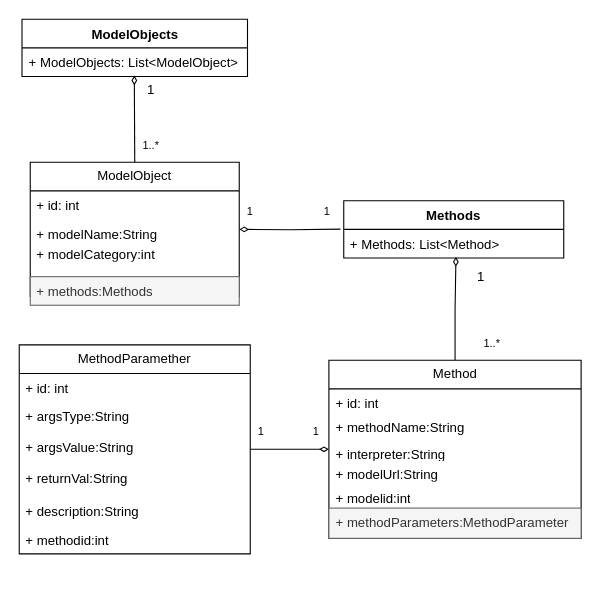
Earlier version of the draw.io diagram page "第 1 页" (1 of 2) of tree.drawio (liujing-maker/IDEA). Source tidied: cells renumbered, new cells numbered last; positions are measured from the earlier drawing's top-left corner, leaving out a move shared by most shapes. Both pictures are drawn from the tidied source at 110%, with x=0, y=0 at pixel (19, 19).
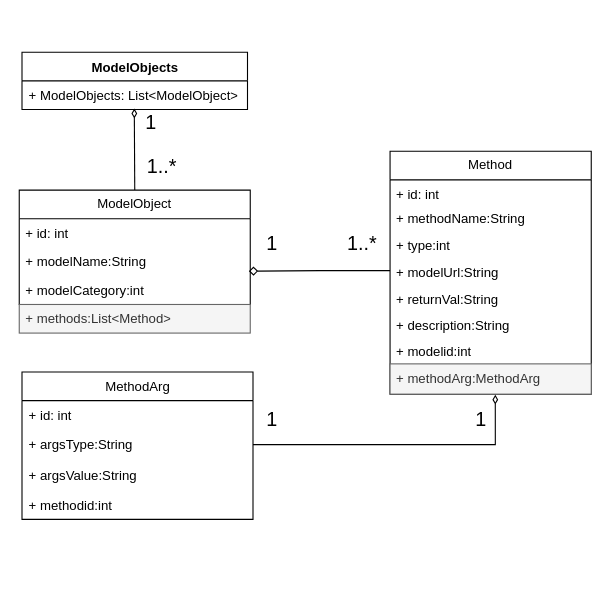
The same page after the edit.

The change refers to these unchanged cells:
```xml
<mxCell id="20" value="+ argsType:String" style="text;strokeColor=none;fillColor=none;align=left;verticalAlign=top;spacingLeft=4;spacingRight=4;overflow=hidden;points=[[0,0.5],[1,0.5]];portConstraint=eastwest;whiteSpace=wrap;html=1;" parent="18" vertex="1">
  <mxGeometry y="52" width="210" height="28" as="geometry" />
</mxCell>
```

What changed in the source:
```diff
@@
     <mxCell id="2" style="group;" parent="1" vertex="1">
-      <mxGeometry x="10" y="130" width="190" height="150" as="geometry" />
+      <mxGeometry y="155.3" width="210" height="150" as="geometry" />
     </mxCell>
     <mxCell id="3" value="ModelObject" style="swimlane;fontStyle=0;horizontal=1;startSize=26;fillColor=none;whiteSpace=wrap;html=1;" parent="2" vertex="1">
-      <mxGeometry width="190" height="122" as="geometry" />
+      <mxGeometry width="210" height="104" as="geometry" />
     </mxCell>
     <mxCell id="4" value="+ id: int" style="text;strokeColor=none;fillColor=none;align=left;verticalAlign=top;spacingLeft=4;spacingRight=4;overflow=hidden;whiteSpace=wrap;html=1;" parent="3" vertex="1">
-      <mxGeometry y="26" width="190" height="26" as="geometry" />
+      <mxGeometry y="26" width="210" height="26" as="geometry" />
     </mxCell>
     <mxCell id="5" value="+ modelName:String" style="text;strokeColor=none;fillColor=none;align=left;verticalAlign=top;spacingLeft=4;spacingRight=4;overflow=hidden;points=[[0,0.5],[1,0.5]];portConstraint=eastwest;whiteSpace=wrap;html=1;" parent="3" vertex="1">
-      <mxGeometry y="52" width="190" height="18" as="geometry" />
+      <mxGeometry y="52" width="210" height="26" as="geometry" />
     </mxCell>
     <mxCell id="6" value="+ modelCategory:int" style="text;strokeColor=none;fillColor=none;align=left;verticalAlign=top;spacingLeft=4;spacingRight=4;overflow=hidden;whiteSpace=wrap;html=1;" parent="3" vertex="1">
-      <mxGeometry y="70" width="190" height="52" as="geometry" />
+      <mxGeometry y="78" width="210" height="26" as="geometry" />
     </mxCell>
-    <mxCell id="7" value="+ methods:Methods" style="text;strokeColor=#666666;fillColor=#f5f5f5;align=left;verticalAlign=top;spacingLeft=4;spacingRight=4;overflow=hidden;whiteSpace=wrap;html=1;fontColor=#333333;" parent="2" vertex="1">
-      <mxGeometry y="104" width="190" height="26" as="geometry" />
+    <mxCell id="7" value="+ methods:List&amp;lt;Method&amp;gt;" style="text;strokeColor=#666666;fillColor=#f5f5f5;align=left;verticalAlign=top;spacingLeft=4;spacingRight=4;overflow=hidden;whiteSpace=wrap;html=1;fontColor=#333333;" parent="2" vertex="1">
+      <mxGeometry y="104" width="210" height="26" as="geometry" />
     </mxCell>
     <mxCell id="8" style="group;" parent="1" vertex="1">
-      <mxGeometry x="260" y="310" width="250.8" height="172" as="geometry" />
+      <mxGeometry x="320" y="120" width="200" height="200.7" as="geometry" />
     </mxCell>
     <mxCell id="9" value="Method" style="swimlane;fontStyle=0;horizontal=1;startSize=26;fillColor=none;whiteSpace=wrap;html=1;" parent="8" vertex="1">
-      <mxGeometry x="21.5" width="229.3" height="161.9" as="geometry" />
+      <mxGeometry x="17.1" width="182.9" height="220.8" as="geometry" />
     </mxCell>
     <mxCell id="10" value="+ id: int" style="text;strokeColor=none;fillColor=none;align=left;verticalAlign=top;spacingLeft=4;spacingRight=4;overflow=hidden;whiteSpace=wrap;html=1;" parent="9" vertex="1">
-      <mxGeometry y="26" width="229.3" height="22.4" as="geometry" />
+      <mxGeometry y="26" width="182.9" height="22.4" as="geometry" />
     </mxCell>
     <mxCell id="11" value="+ methodName:String&amp;nbsp;" style="text;strokeColor=none;fillColor=none;align=left;verticalAlign=top;spacingLeft=4;spacingRight=4;overflow=hidden;whiteSpace=wrap;html=1;" parent="9" vertex="1">
-      <mxGeometry y="48.4" width="229.3" height="24.1" as="geometry" />
+      <mxGeometry y="48.4" width="182.9" height="24.1" as="geometry" />
     </mxCell>
-    <mxCell id="12" value="+ interpreter:String" style="text;strokeColor=none;fillColor=none;align=left;verticalAlign=top;spacingLeft=4;spacingRight=4;overflow=hidden;whiteSpace=wrap;html=1;" parent="9" vertex="1">
-      <mxGeometry y="72.4" width="229.3" height="17.2" as="geometry" />
-    </mxCell>
+    <mxCell id="40" value="+ type:int" style="text;strokeColor=none;fillColor=none;align=left;verticalAlign=top;spacingLeft=4;spacingRight=4;overflow=hidden;whiteSpace=wrap;html=1;" parent="9" vertex="1">
+      <mxGeometry y="72.4" width="182.9" height="24.1" as="geometry" />
+    </mxCell>
     <mxCell id="13" value="+ modelUrl:String" style="text;strokeColor=none;fillColor=none;align=left;verticalAlign=top;spacingLeft=4;spacingRight=4;overflow=hidden;points=[[0,0.5],[1,0.5]];portConstraint=eastwest;whiteSpace=wrap;html=1;" parent="9" vertex="1">
-      <mxGeometry y="89.6" width="229.3" height="22.4" as="geometry" />
+      <mxGeometry y="96.5" width="182.9" height="24" as="geometry" />
     </mxCell>
+    <mxCell id="22" value="+&amp;nbsp;returnVal:String" style="text;strokeColor=none;fillColor=none;align=left;verticalAlign=top;spacingLeft=4;spacingRight=4;overflow=hidden;whiteSpace=wrap;html=1;" parent="9" vertex="1">
+      <mxGeometry y="120.5" width="182.9" height="24.8" as="geometry" />
+    </mxCell>
+    <mxCell id="23" value="+ description:String" style="text;strokeColor=none;fillColor=none;align=left;verticalAlign=top;spacingLeft=4;spacingRight=4;overflow=hidden;whiteSpace=wrap;html=1;" parent="9" vertex="1">
+      <mxGeometry y="145.3" width="182.9" height="24" as="geometry" />
+    </mxCell>
     <mxCell id="14" value="+ modelid:int" style="text;strokeColor=none;fillColor=none;align=left;verticalAlign=top;spacingLeft=4;spacingRight=4;overflow=hidden;whiteSpace=wrap;html=1;" parent="9" vertex="1">
-      <mxGeometry y="112" width="229.3" height="22.4" as="geometry" />
+      <mxGeometry y="169.3" width="182.9" height="24" as="geometry" />
     </mxCell>
-    <mxCell id="15" value="+ methodParameters:MethodParameter" style="text;strokeColor=#666666;fillColor=#f5f5f5;align=left;verticalAlign=top;spacingLeft=4;spacingRight=4;overflow=hidden;points=[[0,0.5],[1,0.5]];portConstraint=eastwest;whiteSpace=wrap;html=1;fontColor=#333333;" parent="9" vertex="1">
-      <mxGeometry y="134.4" width="229.3" height="27.5" as="geometry" />
+    <mxCell id="15" value="+ methodArg:MethodArg" style="text;strokeColor=#666666;fillColor=#f5f5f5;align=left;verticalAlign=top;spacingLeft=4;spacingRight=4;overflow=hidden;points=[[0,0.5],[1,0.5]];portConstraint=eastwest;whiteSpace=wrap;html=1;fontColor=#333333;" parent="9" vertex="1">
+      <mxGeometry y="193.3" width="182.9" height="27.5" as="geometry" />
     </mxCell>
-    <mxCell id="16" value="&lt;font style=&quot;font-size: 10px;&quot;&gt;1&lt;/font&gt;" style="text;html=1;align=center;verticalAlign=middle;whiteSpace=wrap;rounded=0;" parent="8" vertex="1">
-      <mxGeometry y="60" width="20" height="8" as="geometry" />
-    </mxCell>
     <mxCell id="17" style="group;" parent="1" vertex="1">
-      <mxGeometry y="296" width="210" height="200" as="geometry" />
+      <mxGeometry x="2.5" y="320.7" width="210" height="200" as="geometry" />
     </mxCell>
-    <mxCell id="18" value="MethodParamether" style="swimlane;fontStyle=0;horizontal=1;startSize=26;fillColor=none;whiteSpace=wrap;html=1;" parent="17" vertex="1">
-      <mxGeometry width="210" height="190" as="geometry" />
+    <mxCell id="18" value="MethodArg" style="swimlane;fontStyle=0;horizontal=1;startSize=26;fillColor=none;whiteSpace=wrap;html=1;" parent="17" vertex="1">
+      <mxGeometry width="210" height="134" as="geometry" />
     </mxCell>
@@
-    <mxCell id="22" value="+&amp;nbsp;returnVal:String" style="text;strokeColor=none;fillColor=none;align=left;verticalAlign=top;spacingLeft=4;spacingRight=4;overflow=hidden;whiteSpace=wrap;html=1;" parent="18" vertex="1">
-      <mxGeometry y="108" width="210" height="30" as="geometry" />
-    </mxCell>
-    <mxCell id="23" value="+ description:String" style="text;strokeColor=none;fillColor=none;align=left;verticalAlign=top;spacingLeft=4;spacingRight=4;overflow=hidden;whiteSpace=wrap;html=1;" parent="18" vertex="1">
-      <mxGeometry y="138" width="210" height="26" as="geometry" />
-    </mxCell>
     <mxCell id="24" value="+ methodid:int" style="text;strokeColor=none;fillColor=none;align=left;verticalAlign=top;spacingLeft=4;spacingRight=4;overflow=hidden;whiteSpace=wrap;html=1;" parent="18" vertex="1">
-      <mxGeometry y="164" width="210" height="26" as="geometry" />
+      <mxGeometry y="108" width="210" height="26" as="geometry" />
     </mxCell>
     <mxCell id="25" value="ModelObjects" style="swimlane;fontStyle=1;align=center;verticalAlign=top;horizontal=1;startSize=26;whiteSpace=wrap;html=1;" parent="1" vertex="1">
-      <mxGeometry x="2.5" width="205" height="52" as="geometry" />
+      <mxGeometry x="2.5" y="30" width="205" height="52" as="geometry" />
     </mxCell>
@@
-    <mxCell id="28" value="&lt;font style=&quot;font-size: 10px;&quot;&gt;1..*&lt;/font&gt;" style="text;html=1;align=center;verticalAlign=middle;whiteSpace=wrap;rounded=0;" parent="1" vertex="1">
-      <mxGeometry x="110" y="110" width="20" height="8" as="geometry" />
+    <mxCell id="28" value="&lt;font style=&quot;font-size: 18px;&quot;&gt;1..*&lt;/font&gt;" style="text;html=1;align=center;verticalAlign=middle;whiteSpace=wrap;rounded=0;" parent="1" vertex="1">
+      <mxGeometry x="120" y="130" width="20" height="8" as="geometry" />
     </mxCell>
-    <mxCell id="29" value="&lt;font style=&quot;font-size: 12px;&quot;&gt;1&lt;/font&gt;" style="text;html=1;align=center;verticalAlign=middle;whiteSpace=wrap;rounded=0;" parent="1" vertex="1">
-      <mxGeometry x="110" y="60" width="20" height="8" as="geometry" />
+    <mxCell id="29" value="&lt;font style=&quot;font-size: 18px;&quot;&gt;1&lt;/font&gt;" style="text;html=1;align=center;verticalAlign=middle;whiteSpace=wrap;rounded=0;" parent="1" vertex="1">
+      <mxGeometry x="110" y="90" width="20" height="8" as="geometry" />
     </mxCell>
-    <mxCell id="30" value="Methods" style="swimlane;fontStyle=1;align=center;verticalAlign=top;horizontal=1;startSize=26;whiteSpace=wrap;html=1;" parent="1" vertex="1">
-      <mxGeometry x="295" y="165" width="200" height="52" as="geometry" />
-    </mxCell>
-    <mxCell id="31" value="+ Methods: List&amp;lt;Method&amp;gt;" style="text;strokeColor=none;fillColor=none;align=left;verticalAlign=top;spacingLeft=4;spacingRight=4;overflow=hidden;points=[[0,0.5],[1,0.5]];portConstraint=eastwest;whiteSpace=wrap;html=1;" parent="30" vertex="1">
-      <mxGeometry y="26" width="200" height="26" as="geometry" />
-    </mxCell>
-    <mxCell id="32" style="edgeStyle=orthogonalEdgeStyle;rounded=0;orthogonalLoop=1;jettySize=auto;html=1;entryX=1.016;entryY=0.512;entryDx=0;entryDy=0;entryPerimeter=0;endArrow=diamondThin;endFill=0;" parent="1" edge="1">
-      <mxGeometry relative="1" as="geometry">
-        <mxPoint x="292" y="190.8" as="sourcePoint" />
-        <mxPoint x="200" y="191" as="targetPoint" />
-      </mxGeometry>
-    </mxCell>
-    <mxCell id="33" value="&lt;font style=&quot;font-size: 10px;&quot;&gt;1&lt;/font&gt;" style="text;html=1;align=center;verticalAlign=middle;whiteSpace=wrap;rounded=0;" parent="1" vertex="1">
-      <mxGeometry x="270" y="170" width="20" height="8" as="geometry" />
-    </mxCell>
-    <mxCell id="34" value="&lt;font style=&quot;font-size: 10px;&quot;&gt;1&lt;/font&gt;" style="text;html=1;align=center;verticalAlign=middle;whiteSpace=wrap;rounded=0;" parent="1" vertex="1">
-      <mxGeometry x="200" y="170" width="20" height="8" as="geometry" />
-    </mxCell>
-    <mxCell id="35" style="edgeStyle=orthogonalEdgeStyle;rounded=0;jettySize=auto;html=1;entryX=0.51;entryY=0.964;entryDx=0;entryDy=0;entryPerimeter=0;endArrow=diamondThin;endFill=0;" parent="1" edge="1" source="9" target="31">
-      <mxGeometry relative="1" as="geometry" />
-    </mxCell>
-    <mxCell id="36" value="&lt;font style=&quot;font-size: 12px;&quot;&gt;1&lt;/font&gt;" style="text;html=1;align=center;verticalAlign=middle;whiteSpace=wrap;rounded=0;" parent="1" vertex="1">
-      <mxGeometry x="410" y="230" width="20" height="8" as="geometry" />
-    </mxCell>
+    <mxCell id="41" style="edgeStyle=orthogonalEdgeStyle;rounded=0;jettySize=auto;html=1;entryX=0.523;entryY=1.019;entryDx=0;entryDy=0;entryPerimeter=0;endArrow=diamondThin;endFill=0;" parent="1" edge="1" source="20" target="15">
+      <mxGeometry relative="1" as="geometry" />
+    </mxCell>
+    <mxCell id="42" value="&lt;font style=&quot;font-size: 18px;&quot;&gt;1&lt;/font&gt;" style="text;html=1;align=center;verticalAlign=middle;whiteSpace=wrap;rounded=0;" parent="1" vertex="1">
+      <mxGeometry x="220" y="200" width="20" height="8" as="geometry" />
+    </mxCell>
+    <mxCell id="43" value="&lt;font style=&quot;font-size: 18px;&quot;&gt;1&lt;/font&gt;" style="text;html=1;align=center;verticalAlign=middle;whiteSpace=wrap;rounded=0;" parent="1" vertex="1">
+      <mxGeometry x="410" y="360" width="20" height="8" as="geometry" />
+    </mxCell>
+    <mxCell id="44" value="&lt;font style=&quot;font-size: 18px;&quot;&gt;1&lt;/font&gt;" style="text;html=1;align=center;verticalAlign=middle;whiteSpace=wrap;rounded=0;" parent="1" vertex="1">
+      <mxGeometry x="220" y="360" width="20" height="8" as="geometry" />
+    </mxCell>
-    <mxCell id="37" value="&lt;font style=&quot;font-size: 10px;&quot;&gt;1..*&lt;/font&gt;" style="text;html=1;align=center;verticalAlign=middle;whiteSpace=wrap;rounded=0;" parent="1" vertex="1">
-      <mxGeometry x="420" y="290" width="20" height="8" as="geometry" />
+    <mxCell id="37" value="&lt;font style=&quot;font-size: 18px;&quot;&gt;1..*&lt;/font&gt;" style="text;html=1;align=center;verticalAlign=middle;whiteSpace=wrap;rounded=0;" parent="1" vertex="1">
+      <mxGeometry x="304" y="200" width="16" height="8" as="geometry" />
     </mxCell>
-    <mxCell id="38" style="edgeStyle=orthogonalEdgeStyle;rounded=0;jettySize=auto;html=1;entryX=0;entryY=0.5;entryDx=0;entryDy=0;endArrow=diamondThin;endFill=0;" parent="1" edge="1" source="18" target="9">
-      <mxGeometry relative="1" as="geometry" />
-    </mxCell>
-    <mxCell id="39" value="&lt;font style=&quot;font-size: 10px;&quot;&gt;1&lt;/font&gt;" style="text;html=1;align=center;verticalAlign=middle;whiteSpace=wrap;rounded=0;" parent="1" vertex="1">
-      <mxGeometry x="210" y="370" width="20" height="8" as="geometry" />
-    </mxCell>
+    <mxCell id="45" style="edgeStyle=orthogonalEdgeStyle;rounded=0;jettySize=auto;html=1;entryX=0.994;entryY=0.836;entryDx=0;entryDy=0;entryPerimeter=0;endArrow=diamond;endFill=0;" parent="1" edge="1" source="13" target="5">
+      <mxGeometry relative="1" as="geometry" />
+    </mxCell>
```
